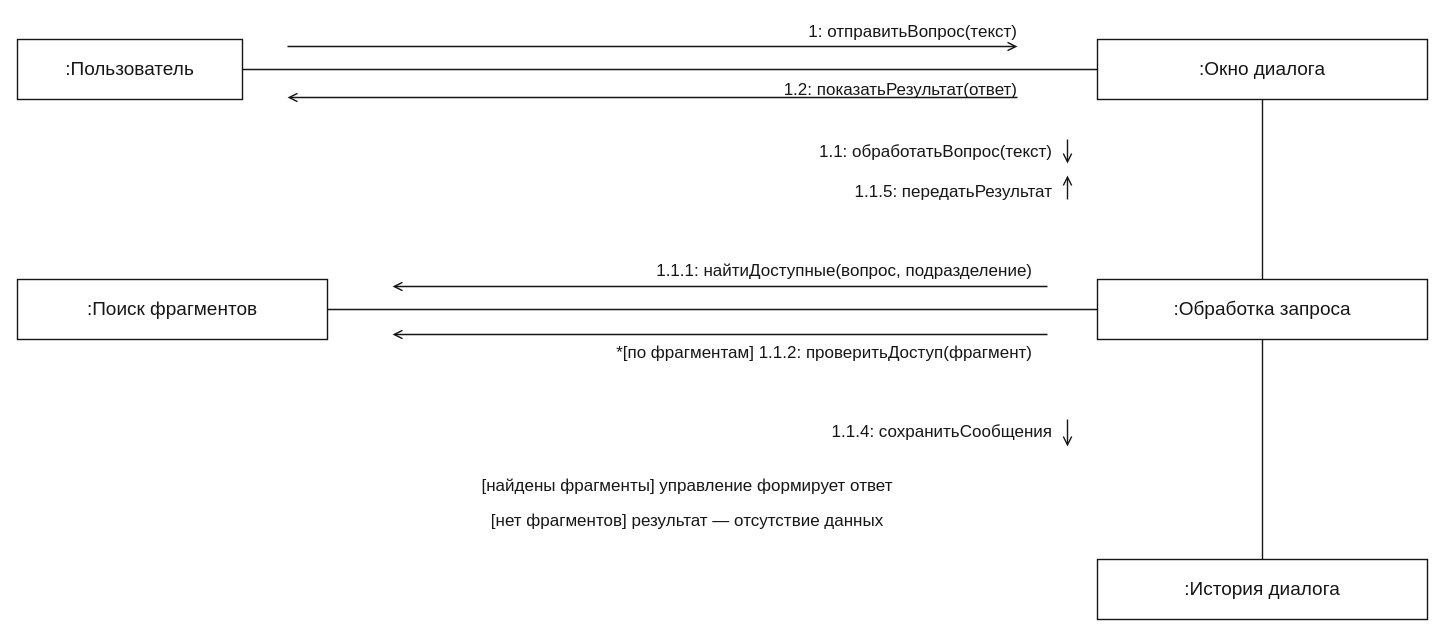
Parsi853/OOAP keeps this draw.io diagram as page "ЛР 1 · Диаграмма коммуникаций" (2 of 3) of RAG-ассистент/RAG-ассистент.drawio. Above is the earlier version. Source tidied: cells renumbered, new cells numbered last; positions are measured from the earlier drawing's top-left corner, leaving out a move shared by most shapes. Both pictures are drawn from the tidied source at 100%, with x=0, y=0 at pixel (17, 17).
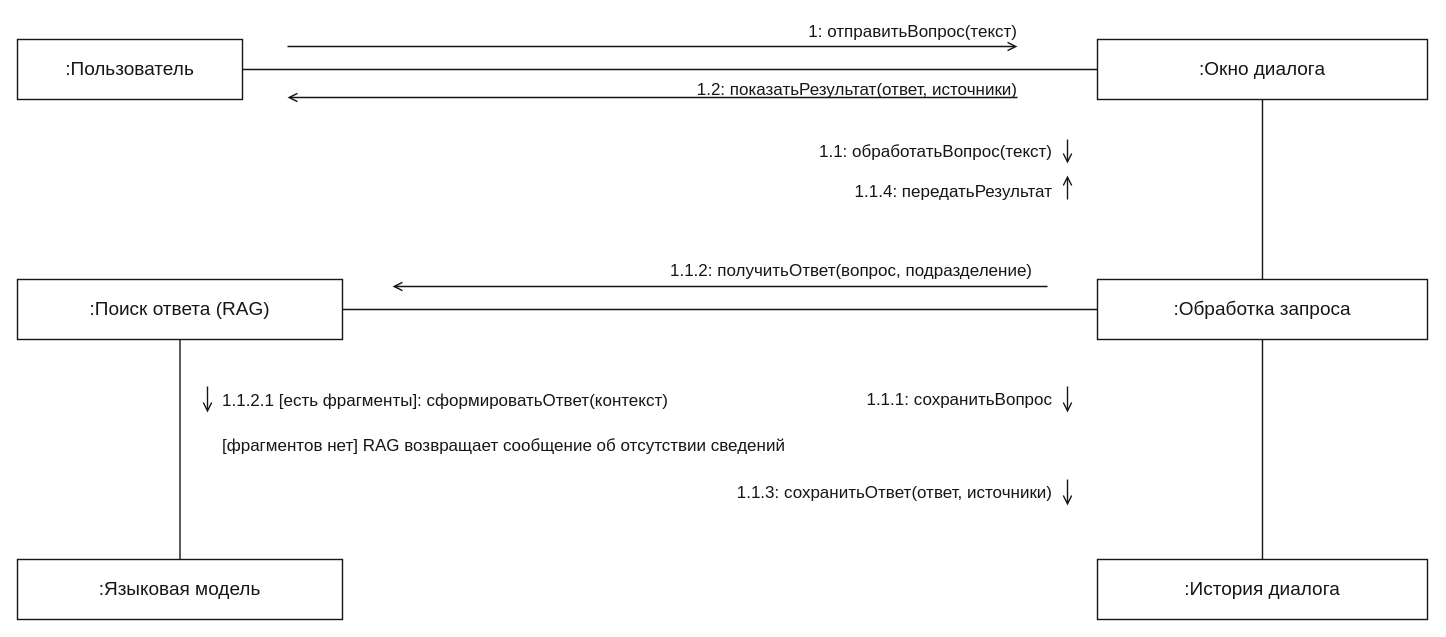
The same diagram, later.

The change refers to these unchanged cells:
```xml
<mxCell id="2" value=":Пользователь" style="rounded=0;whiteSpace=wrap;html=0;strokeColor=#161616;fillColor=#FFFFFF;fontColor=#161616;strokeWidth=1.4;fontFamily=Arial;fontSize=19;" parent="1" vertex="1">
  <mxGeometry y="22" width="225" height="60" as="geometry" />
</mxCell>
<mxCell id="3" value=":Окно диалога" style="rounded=0;whiteSpace=wrap;html=0;strokeColor=#161616;fillColor=#FFFFFF;fontColor=#161616;strokeWidth=1.4;fontFamily=Arial;fontSize=19;" parent="1" vertex="1">
  <mxGeometry x="1080" y="22" width="330" height="60" as="geometry" />
</mxCell>
<mxCell id="4" value=":Обработка запроса" style="rounded=0;whiteSpace=wrap;html=0;strokeColor=#161616;fillColor=#FFFFFF;fontColor=#161616;strokeWidth=1.4;fontFamily=Arial;fontSize=19;" parent="1" vertex="1">
  <mxGeometry x="1080" y="262" width="330" height="60" as="geometry" />
</mxCell>
```

Diff of the diagram source:
```diff
@@
-    <mxCell id="5" value=":Поиск фрагментов" style="rounded=0;whiteSpace=wrap;html=0;strokeColor=#161616;fillColor=#FFFFFF;fontColor=#161616;strokeWidth=1.4;fontFamily=Arial;fontSize=19;" parent="1" vertex="1">
-      <mxGeometry y="262" width="310" height="60" as="geometry" />
+    <mxCell id="5" value=":Поиск ответа (RAG)" style="rounded=0;whiteSpace=wrap;html=0;strokeColor=#161616;fillColor=#FFFFFF;fontColor=#161616;strokeWidth=1.4;fontFamily=Arial;fontSize=19;" parent="1" vertex="1">
+      <mxGeometry y="262" width="325" height="60" as="geometry" />
     </mxCell>
-    <mxCell id="6" value=":История диалога" style="rounded=0;whiteSpace=wrap;html=0;strokeColor=#161616;fillColor=#FFFFFF;fontColor=#161616;strokeWidth=1.4;fontFamily=Arial;fontSize=19;" parent="1" vertex="1">
-      <mxGeometry x="1080" y="542" width="330" height="60" as="geometry" />
+    <mxCell id="6" value=":Языковая модель" style="rounded=0;whiteSpace=wrap;html=0;strokeColor=#161616;fillColor=#FFFFFF;fontColor=#161616;strokeWidth=1.4;fontFamily=Arial;fontSize=19;" parent="1" vertex="1">
+      <mxGeometry y="542" width="325" height="60" as="geometry" />
     </mxCell>
-    <mxCell id="7" style="edgeStyle=none;endArrow=none;startArrow=none;endSize=7;strokeWidth=1.4;strokeColor=#161616;exitX=1;exitY=0.5;exitPerimeter=0;entryX=0;entryY=0.5;entryPerimeter=0;" parent="1" edge="1" source="2" target="3">
-      <mxGeometry relative="1" as="geometry" />
+    <mxCell id="7" value=":История диалога" style="rounded=0;whiteSpace=wrap;html=0;strokeColor=#161616;fillColor=#FFFFFF;fontColor=#161616;strokeWidth=1.4;fontFamily=Arial;fontSize=19;" parent="1" vertex="1">
+      <mxGeometry x="1080" y="542" width="330" height="60" as="geometry" />
     </mxCell>
-    <mxCell id="8" style="edgeStyle=none;endArrow=none;startArrow=none;endSize=7;strokeWidth=1.4;strokeColor=#161616;exitX=0.5;exitY=1;exitPerimeter=0;entryX=0.5;entryY=0;entryPerimeter=0;" parent="1" edge="1" source="3" target="4">
+    <mxCell id="8" style="edgeStyle=none;endArrow=none;startArrow=none;endSize=7;strokeWidth=1.4;strokeColor=#161616;exitX=1;exitY=0.5;exitPerimeter=0;entryX=0;entryY=0.5;entryPerimeter=0;" parent="1" edge="1" source="2" target="3">
       <mxGeometry relative="1" as="geometry" />
     </mxCell>
-    <mxCell id="9" style="edgeStyle=none;endArrow=none;startArrow=none;endSize=7;strokeWidth=1.4;strokeColor=#161616;exitX=0;exitY=0.5;exitPerimeter=0;entryX=1;entryY=0.5;entryPerimeter=0;" parent="1" edge="1" source="4" target="5">
+    <mxCell id="9" style="edgeStyle=none;endArrow=none;startArrow=none;endSize=7;strokeWidth=1.4;strokeColor=#161616;exitX=0.5;exitY=1;exitPerimeter=0;entryX=0.5;entryY=0;entryPerimeter=0;" parent="1" edge="1" source="3" target="4">
       <mxGeometry relative="1" as="geometry" />
     </mxCell>
-    <mxCell id="10" style="edgeStyle=none;endArrow=none;startArrow=none;endSize=7;strokeWidth=1.4;strokeColor=#161616;exitX=0.5;exitY=1;exitPerimeter=0;entryX=0.5;entryY=0;entryPerimeter=0;" parent="1" edge="1" source="4" target="6">
+    <mxCell id="10" style="edgeStyle=none;endArrow=none;startArrow=none;endSize=7;strokeWidth=1.4;strokeColor=#161616;exitX=0;exitY=0.5;exitPerimeter=0;entryX=1;entryY=0.5;entryPerimeter=0;" parent="1" edge="1" source="4" target="5">
       <mxGeometry relative="1" as="geometry" />
     </mxCell>
-    <mxCell id="11" style="edgeStyle=none;endArrow=open;startArrow=none;endSize=7;strokeWidth=1.4;strokeColor=#161616;" parent="1" edge="1">
-      <mxGeometry relative="1" as="geometry">
-        <mxPoint x="270" y="29" as="sourcePoint" />
-        <mxPoint x="1000" y="29" as="targetPoint" />
-      </mxGeometry>
+    <mxCell id="11" style="edgeStyle=none;endArrow=none;startArrow=none;endSize=7;strokeWidth=1.4;strokeColor=#161616;exitX=0.5;exitY=1;exitPerimeter=0;entryX=0.5;entryY=0;entryPerimeter=0;" parent="1" edge="1" source="4" target="7">
+      <mxGeometry relative="1" as="geometry" />
     </mxCell>
-    <mxCell id="12" value="1: отправитьВопрос(текст)" style="text;html=0;strokeColor=none;fillColor=none;align=right;verticalAlign=middle;whiteSpace=nowrap;spacing=0;fontFamily=Arial;fontSize=17;fontColor=#161616;fontStyle=0;" parent="1" vertex="1">
-      <mxGeometry x="270" width="730" height="24" as="geometry" />
+    <mxCell id="12" style="edgeStyle=none;endArrow=none;startArrow=none;endSize=7;strokeWidth=1.4;strokeColor=#161616;exitX=0.5;exitY=1;exitPerimeter=0;entryX=0.5;entryY=0;entryPerimeter=0;" parent="1" edge="1" source="5" target="6">
+      <mxGeometry relative="1" as="geometry" />
     </mxCell>
     <mxCell id="13" style="edgeStyle=none;endArrow=open;startArrow=none;endSize=7;strokeWidth=1.4;strokeColor=#161616;" parent="1" edge="1">
       <mxGeometry relative="1" as="geometry">
-        <mxPoint x="1000" y="80" as="sourcePoint" />
-        <mxPoint x="270" y="80" as="targetPoint" />
+        <mxPoint x="270" y="29" as="sourcePoint" />
+        <mxPoint x="1000" y="29" as="targetPoint" />
       </mxGeometry>
     </mxCell>
-    <mxCell id="14" value="1.2: показатьРезультат(ответ)" style="text;html=0;strokeColor=none;fillColor=none;align=right;verticalAlign=middle;whiteSpace=nowrap;spacing=0;fontFamily=Arial;fontSize=17;fontColor=#161616;fontStyle=0;" parent="1" vertex="1">
-      <mxGeometry x="270" y="58" width="730" height="24" as="geometry" />
+    <mxCell id="14" value="1: отправитьВопрос(текст)" style="text;html=0;strokeColor=none;fillColor=none;align=right;verticalAlign=middle;whiteSpace=nowrap;spacing=0;fontFamily=Arial;fontSize=17;fontColor=#161616;fontStyle=0;" parent="1" vertex="1">
+      <mxGeometry x="270" width="730" height="24" as="geometry" />
     </mxCell>
     <mxCell id="15" style="edgeStyle=none;endArrow=open;startArrow=none;endSize=7;strokeWidth=1.4;strokeColor=#161616;" parent="1" edge="1">
       <mxGeometry relative="1" as="geometry">
-        <mxPoint x="1050" y="122" as="sourcePoint" />
-        <mxPoint x="1050" y="146" as="targetPoint" />
+        <mxPoint x="1000" y="80" as="sourcePoint" />
+        <mxPoint x="270" y="80" as="targetPoint" />
       </mxGeometry>
     </mxCell>
-    <mxCell id="16" value="1.1: обработатьВопрос(текст)" style="text;html=0;strokeColor=none;fillColor=none;align=right;verticalAlign=middle;whiteSpace=nowrap;spacing=0;fontFamily=Arial;fontSize=17;fontColor=#161616;fontStyle=0;" parent="1" vertex="1">
-      <mxGeometry x="510" y="120" width="525" height="24" as="geometry" />
+    <mxCell id="16" value="1.2: показатьРезультат(ответ, источники)" style="text;html=0;strokeColor=none;fillColor=none;align=right;verticalAlign=middle;whiteSpace=nowrap;spacing=0;fontFamily=Arial;fontSize=17;fontColor=#161616;fontStyle=0;" parent="1" vertex="1">
+      <mxGeometry x="270" y="58" width="730" height="24" as="geometry" />
     </mxCell>
     <mxCell id="17" style="edgeStyle=none;endArrow=open;startArrow=none;endSize=7;strokeWidth=1.4;strokeColor=#161616;" parent="1" edge="1">
       <mxGeometry relative="1" as="geometry">
-        <mxPoint x="1030" y="269" as="sourcePoint" />
-        <mxPoint x="375" y="269" as="targetPoint" />
+        <mxPoint x="1050" y="122" as="sourcePoint" />
+        <mxPoint x="1050" y="146" as="targetPoint" />
       </mxGeometry>
     </mxCell>
-    <mxCell id="18" value="1.1.1: найтиДоступные(вопрос, подразделение)" style="text;html=0;strokeColor=none;fillColor=none;align=right;verticalAlign=middle;whiteSpace=nowrap;spacing=0;fontFamily=Arial;fontSize=17;fontColor=#161616;fontStyle=0;" parent="1" vertex="1">
-      <mxGeometry x="385" y="239" width="630" height="24" as="geometry" />
+    <mxCell id="18" value="1.1: обработатьВопрос(текст)" style="text;html=0;strokeColor=none;fillColor=none;align=right;verticalAlign=middle;whiteSpace=nowrap;spacing=0;fontFamily=Arial;fontSize=17;fontColor=#161616;fontStyle=0;" parent="1" vertex="1">
+      <mxGeometry x="510" y="120" width="525" height="24" as="geometry" />
     </mxCell>
     <mxCell id="19" style="edgeStyle=none;endArrow=open;startArrow=none;endSize=7;strokeWidth=1.4;strokeColor=#161616;" parent="1" edge="1">
       <mxGeometry relative="1" as="geometry">
-        <mxPoint x="1030" y="317" as="sourcePoint" />
-        <mxPoint x="375" y="317" as="targetPoint" />
+        <mxPoint x="1030" y="269" as="sourcePoint" />
+        <mxPoint x="375" y="269" as="targetPoint" />
       </mxGeometry>
     </mxCell>
-    <mxCell id="20" value="*[по фрагментам] 1.1.2: проверитьДоступ(фрагмент)" style="text;html=0;strokeColor=none;fillColor=none;align=right;verticalAlign=middle;whiteSpace=nowrap;spacing=0;fontFamily=Arial;fontSize=17;fontColor=#161616;fontStyle=0;" parent="1" vertex="1">
-      <mxGeometry x="350" y="321" width="665" height="24" as="geometry" />
+    <mxCell id="20" value="1.1.2: получитьОтвет(вопрос, подразделение)" style="text;html=0;strokeColor=none;fillColor=none;align=right;verticalAlign=middle;whiteSpace=nowrap;spacing=0;fontFamily=Arial;fontSize=17;fontColor=#161616;fontStyle=0;" parent="1" vertex="1">
+      <mxGeometry x="385" y="239" width="630" height="24" as="geometry" />
     </mxCell>
     <mxCell id="21" style="edgeStyle=none;endArrow=open;startArrow=none;endSize=7;strokeWidth=1.4;strokeColor=#161616;" parent="1" edge="1">
       <mxGeometry relative="1" as="geometry">
-        <mxPoint x="1050" y="402" as="sourcePoint" />
-        <mxPoint x="1050" y="429" as="targetPoint" />
+        <mxPoint x="1050" y="369" as="sourcePoint" />
+        <mxPoint x="1050" y="395" as="targetPoint" />
       </mxGeometry>
     </mxCell>
-    <mxCell id="22" value="1.1.4: сохранитьСообщения" style="text;html=0;strokeColor=none;fillColor=none;align=right;verticalAlign=middle;whiteSpace=nowrap;spacing=0;fontFamily=Arial;fontSize=17;fontColor=#161616;fontStyle=0;" parent="1" vertex="1">
-      <mxGeometry x="550" y="400" width="485" height="24" as="geometry" />
+    <mxCell id="22" value="1.1.1: сохранитьВопрос" style="text;html=0;strokeColor=none;fillColor=none;align=right;verticalAlign=middle;whiteSpace=nowrap;spacing=0;fontFamily=Arial;fontSize=17;fontColor=#161616;fontStyle=0;" parent="1" vertex="1">
+      <mxGeometry x="590" y="368" width="445" height="24" as="geometry" />
     </mxCell>
     <mxCell id="23" style="edgeStyle=none;endArrow=open;startArrow=none;endSize=7;strokeWidth=1.4;strokeColor=#161616;" parent="1" edge="1">
       <mxGeometry relative="1" as="geometry">
-        <mxPoint x="1050" y="182" as="sourcePoint" />
-        <mxPoint x="1050" y="158" as="targetPoint" />
+        <mxPoint x="1050" y="462" as="sourcePoint" />
+        <mxPoint x="1050" y="488" as="targetPoint" />
       </mxGeometry>
     </mxCell>
-    <mxCell id="24" value="1.1.5: передатьРезультат" style="text;html=0;strokeColor=none;fillColor=none;align=right;verticalAlign=middle;whiteSpace=nowrap;spacing=0;fontFamily=Arial;fontSize=17;fontColor=#161616;fontStyle=0;" parent="1" vertex="1">
-      <mxGeometry x="545" y="160" width="490" height="24" as="geometry" />
+    <mxCell id="24" value="1.1.3: сохранитьОтвет(ответ, источники)" style="text;html=0;strokeColor=none;fillColor=none;align=right;verticalAlign=middle;whiteSpace=nowrap;spacing=0;fontFamily=Arial;fontSize=17;fontColor=#161616;fontStyle=0;" parent="1" vertex="1">
+      <mxGeometry x="550" y="461" width="485" height="24" as="geometry" />
     </mxCell>
-    <mxCell id="25" value="[найдены фрагменты] управление формирует ответ" style="text;html=0;strokeColor=none;fillColor=none;align=center;verticalAlign=middle;whiteSpace=nowrap;spacing=0;fontFamily=Arial;fontSize=17;fontColor=#161616;fontStyle=0;" parent="1" vertex="1">
-      <mxGeometry x="320" y="452" width="700" height="28" as="geometry" />
+    <mxCell id="25" style="edgeStyle=none;endArrow=open;startArrow=none;endSize=7;strokeWidth=1.4;strokeColor=#161616;" parent="1" edge="1">
+      <mxGeometry relative="1" as="geometry">
+        <mxPoint x="1050" y="182" as="sourcePoint" />
+        <mxPoint x="1050" y="158" as="targetPoint" />
+      </mxGeometry>
     </mxCell>
-    <mxCell id="26" value="[нет фрагментов] результат — отсутствие данных" style="text;html=0;strokeColor=none;fillColor=none;align=center;verticalAlign=middle;whiteSpace=nowrap;spacing=0;fontFamily=Arial;fontSize=17;fontColor=#161616;fontStyle=0;" parent="1" vertex="1">
-      <mxGeometry x="320" y="487" width="700" height="28" as="geometry" />
+    <mxCell id="26" value="1.1.4: передатьРезультат" style="text;html=0;strokeColor=none;fillColor=none;align=right;verticalAlign=middle;whiteSpace=nowrap;spacing=0;fontFamily=Arial;fontSize=17;fontColor=#161616;fontStyle=0;" parent="1" vertex="1">
+      <mxGeometry x="545" y="160" width="490" height="24" as="geometry" />
     </mxCell>
+    <mxCell id="27" style="edgeStyle=none;endArrow=open;startArrow=none;endSize=7;strokeWidth=1.4;strokeColor=#161616;" parent="1" edge="1">
+      <mxGeometry relative="1" as="geometry">
+        <mxPoint x="190" y="369" as="sourcePoint" />
+        <mxPoint x="190" y="395" as="targetPoint" />
+      </mxGeometry>
+    </mxCell>
+    <mxCell id="28" value="1.1.2.1 [есть фрагменты]: сформироватьОтвет(контекст)" style="text;html=0;strokeColor=none;fillColor=none;align=left;verticalAlign=middle;whiteSpace=nowrap;spacing=0;fontFamily=Arial;fontSize=17;fontColor=#161616;fontStyle=0;" parent="1" vertex="1">
+      <mxGeometry x="205" y="367" width="670" height="28" as="geometry" />
+    </mxCell>
+    <mxCell id="29" value="[фрагментов нет] RAG возвращает сообщение об отсутствии сведений" style="text;html=0;strokeColor=none;fillColor=none;align=left;verticalAlign=middle;whiteSpace=nowrap;spacing=0;fontFamily=Arial;fontSize=17;fontColor=#161616;fontStyle=0;" parent="1" vertex="1">
+      <mxGeometry x="205" y="412" width="735" height="28" as="geometry" />
+    </mxCell>
```
